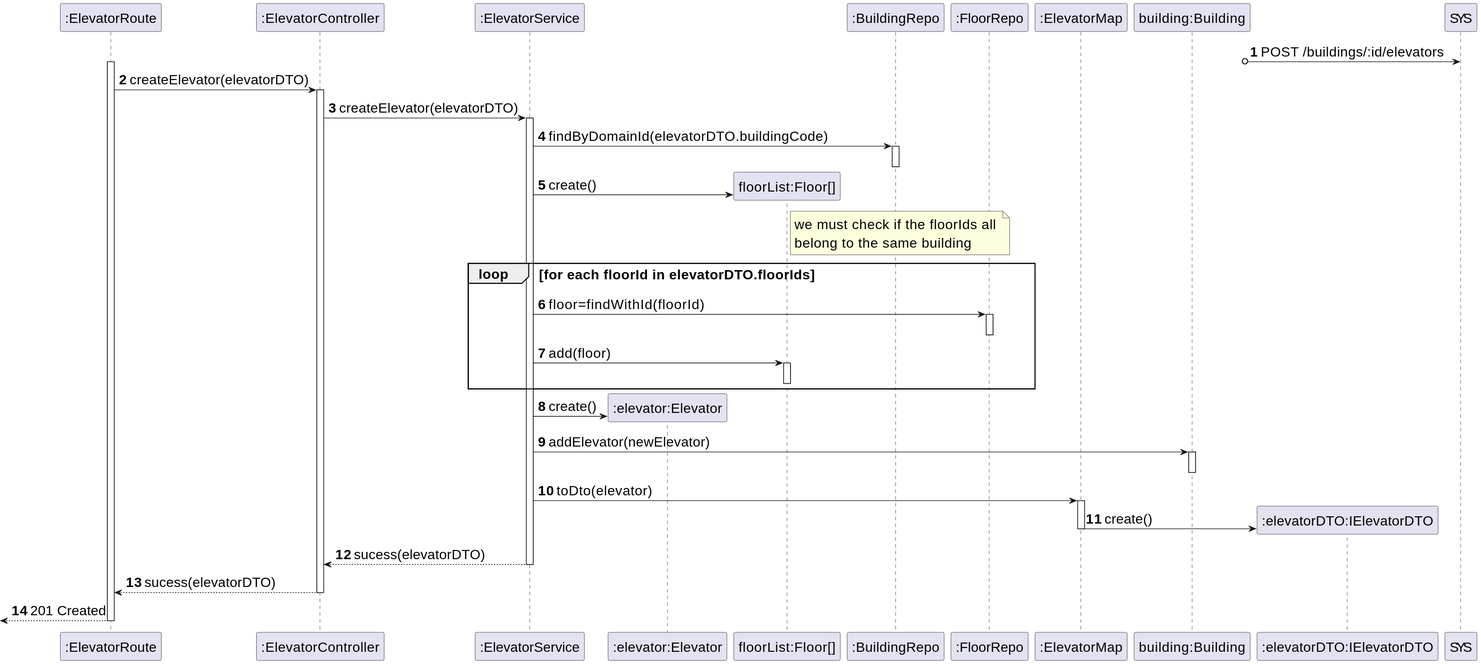
The PlantUML diagram _wiki/sprint-a/us13-270/views/level-3/assets/process-view.svg in miseEnPlace-dev/lapr5, before a commit.
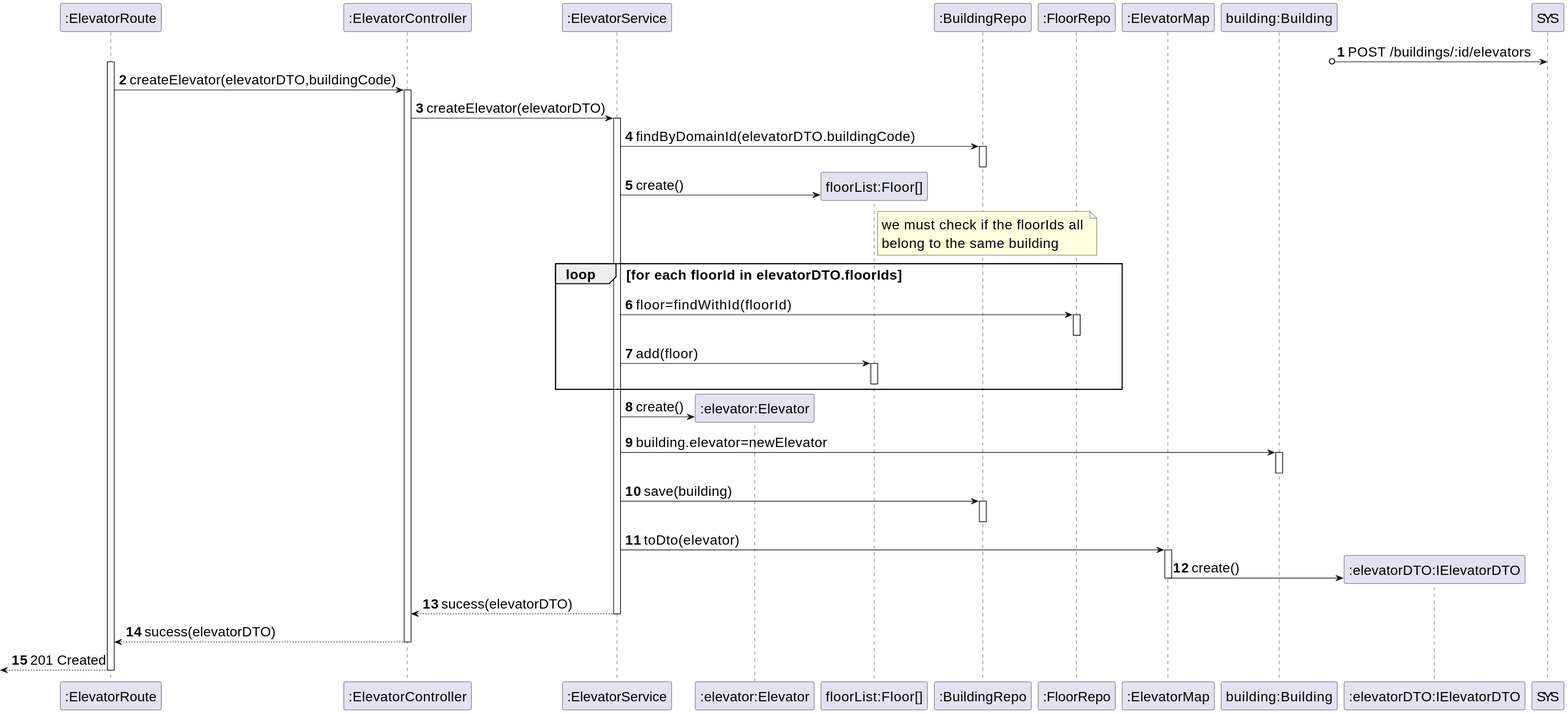
The same file after the commit.

Change to the diagram source:
```diff
@@ -15,7 +15,7 @@
 ?o-> SYS : POST /buildings/:id/elevators
 activate ROUTE
 
-ROUTE -> CTRL : createElevator(elevatorDTO)
+ROUTE -> CTRL : createElevator(elevatorDTO,buildingCode)
 activate CTRL
 CTRL -> SRV : createElevator(elevatorDTO)
 activate SRV
@@ -36,9 +36,12 @@
   deactivate FLIST
 end
 SRV -> ELEV** : create()
-SRV -> BUILD : addElevator(newElevator)
+SRV -> BUILD : building.elevator=newElevator
 activate BUILD
 deactivate BUILD
+SRV -> BREPO : save(building)
+activate BREPO
+deactivate BREPO
 SRV -> MAP : toDto(elevator)
 activate MAP
 MAP -> DTO** : create()
```
